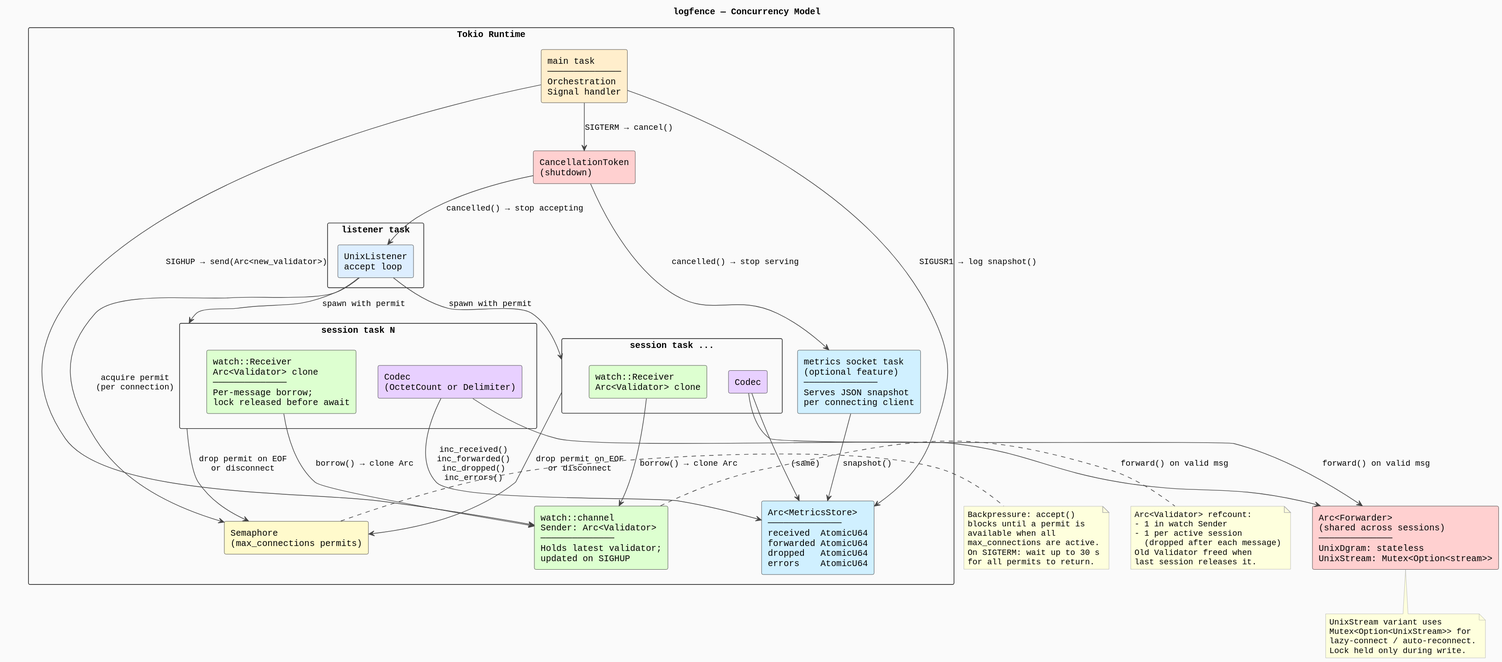
Above: docs/diagrams/concurrency-model.svg in hildstrom/logfence (PlantUML), before the change.
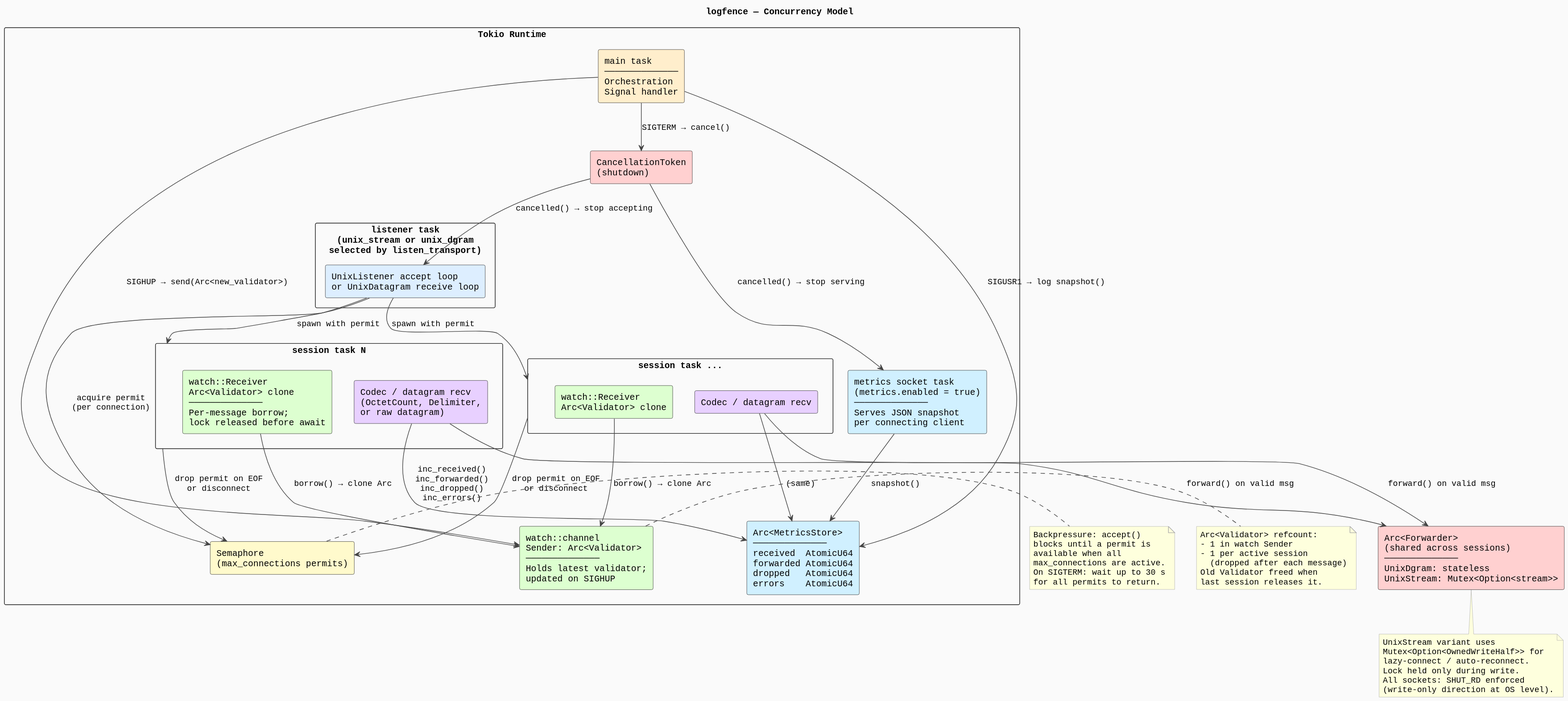
The same diagram one commit later.

The edit, as a diff of the source:
```diff
@@ -19,21 +19,21 @@
 
   component "Arc<MetricsStore>\n──────────────\nreceived  AtomicU64\nforwarded AtomicU64\ndropped   AtomicU64\nerrors    AtomicU64" as Metrics #D0F0FF
 
-  rectangle "listener task" {
-    component "UnixListener\naccept loop" as AcceptLoop #DDEEFF
+  rectangle "listener task\n(unix_stream or unix_dgram\nselected by listen_transport)" {
+    component "UnixListener accept loop\nor UnixDatagram receive loop" as AcceptLoop #DDEEFF
   }
 
   rectangle "session task N" as S1 {
     component "watch::Receiver\nArc<Validator> clone\n──────────────\nPer-message borrow;\nlock released before await" as WatchRx1 #DDFFD0
-    component "Codec\n(OctetCount or Delimiter)" as Codec1 #E8D0FF
+    component "Codec / datagram recv\n(OctetCount, Delimiter,\nor raw datagram)" as Codec1 #E8D0FF
   }
 
   rectangle "session task ..." as S2 {
     component "watch::Receiver\nArc<Validator> clone" as WatchRx2 #DDFFD0
-    component "Codec" as Codec2 #E8D0FF
+    component "Codec / datagram recv" as Codec2 #E8D0FF
   }
 
-  component "metrics socket task\n(optional feature)\n──────────────\nServes JSON snapshot\nper connecting client" as MetricsSock #D0F0FF
+  component "metrics socket task\n(metrics.enabled = true)\n──────────────\nServes JSON snapshot\nper connecting client" as MetricsSock #D0F0FF
 
 }
 
@@ -66,9 +66,11 @@
 
 note bottom of Forwarder
   UnixStream variant uses
-  Mutex<Option<UnixStream>> for
+  Mutex<Option<OwnedWriteHalf>> for
   lazy-connect / auto-reconnect.
   Lock held only during write.
+  All sockets: SHUT_RD enforced
+  (write-only direction at OS level).
 end note
 
 note right of Watch
```
